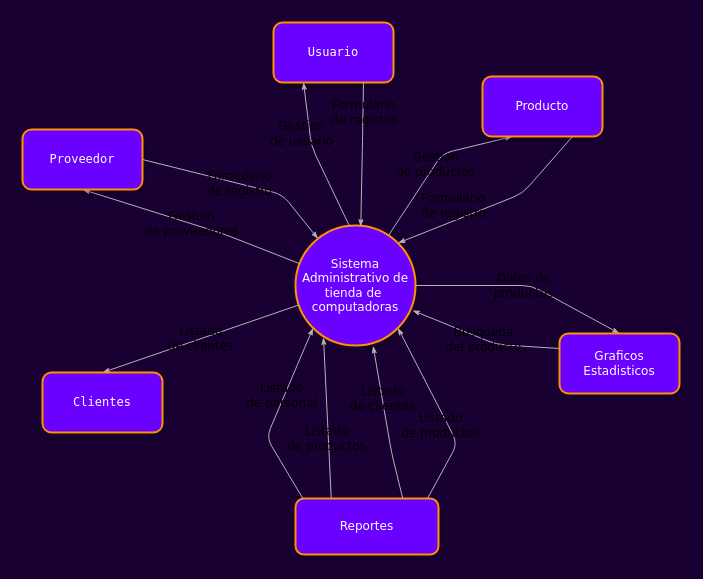
The draw.io diagram page "DIAGRAMA GENERAL" (1 of 6) of diagrama de procesos/Diagrama de procesos.drawio in DevMaik-Droid/SistemaVentas, before the edit. Source tidied: cells renumbered, new cells numbered last; positions are measured from the earlier drawing's top-left corner, leaving out a move shared by most shapes. Both pictures are drawn from the tidied source at 100%, with x=0, y=0 at pixel (22, 22).
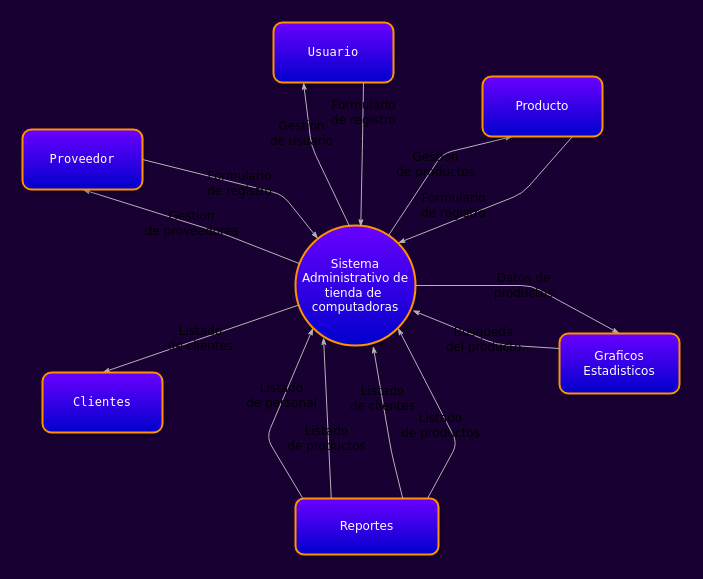
After the change.

The edit, as a diff of the source:
```diff
@@
-    <mxCell id="2" value="Sistema Administrativo de tienda de&amp;nbsp; computadoras" style="ellipse;whiteSpace=wrap;html=1;rounded=1;shadow=1;comic=0;labelBackgroundColor=none;strokeWidth=2;fontFamily=Verdana;fontSize=12;align=center;strokeColor=#FF9000;fillColor=#6a00ff;fontColor=#ffffff;" parent="1" vertex="1">
+    <mxCell id="2" value="Sistema Administrativo de tienda de&amp;nbsp; computadoras" style="ellipse;whiteSpace=wrap;html=1;rounded=1;shadow=1;comic=0;labelBackgroundColor=none;strokeWidth=2;fontFamily=Verdana;fontSize=12;align=center;strokeColor=#FF9000;fillColor=#6a00ff;fontColor=#ffffff;gradientColor=#0000CC;" parent="1" vertex="1">
       <mxGeometry x="273" y="203" width="120" height="120" as="geometry" />
     </mxCell>
@@
-    <mxCell id="6" value="Proveedor" style="rounded=1;whiteSpace=wrap;html=1;shadow=1;comic=0;labelBackgroundColor=none;strokeWidth=2;fontFamily=Lucida Console;fontSize=12;align=center;strokeColor=#FF9000;fillColor=#6a00ff;fontColor=#ffffff;" parent="1" vertex="1">
+    <mxCell id="6" value="Proveedor" style="rounded=1;whiteSpace=wrap;html=1;shadow=1;comic=0;labelBackgroundColor=none;strokeWidth=2;fontFamily=Lucida Console;fontSize=12;align=center;strokeColor=#FF9000;fillColor=#6a00ff;fontColor=#ffffff;gradientColor=#0000CC;" parent="1" vertex="1">
       <mxGeometry y="107" width="120" height="60" as="geometry" />
     </mxCell>
@@
-    <mxCell id="8" value="Producto" style="rounded=1;whiteSpace=wrap;html=1;shadow=1;comic=0;labelBackgroundColor=none;strokeWidth=2;fontFamily=Verdana;fontSize=12;align=center;fillColor=#6a00ff;strokeColor=#FF9000;fontColor=#ffffff;" parent="1" vertex="1">
+    <mxCell id="8" value="Producto" style="rounded=1;whiteSpace=wrap;html=1;shadow=1;comic=0;labelBackgroundColor=none;strokeWidth=2;fontFamily=Verdana;fontSize=12;align=center;fillColor=#6a00ff;strokeColor=#FF9000;fontColor=#ffffff;gradientColor=#0000CC;" parent="1" vertex="1">
       <mxGeometry x="460" y="54" width="120" height="60" as="geometry" />
     </mxCell>
-    <mxCell id="9" value="Clientes" style="rounded=1;whiteSpace=wrap;html=1;shadow=1;comic=0;labelBackgroundColor=none;strokeWidth=2;fontFamily=Lucida Console;fontSize=12;align=center;strokeColor=#FF9000;fillColor=#6a00ff;fontColor=#ffffff;" parent="1" vertex="1">
+    <mxCell id="9" value="Clientes" style="rounded=1;whiteSpace=wrap;html=1;shadow=1;comic=0;labelBackgroundColor=none;strokeWidth=2;fontFamily=Lucida Console;fontSize=12;align=center;strokeColor=#FF9000;fillColor=#6a00ff;fontColor=#ffffff;gradientColor=#0000CC;" parent="1" vertex="1">
       <mxGeometry x="20" y="350" width="120" height="60" as="geometry" />
     </mxCell>
-    <mxCell id="10" value="Reportes" style="rounded=1;whiteSpace=wrap;html=1;shadow=1;comic=0;labelBackgroundColor=none;strokeWidth=2;fontFamily=Verdana;fontSize=12;align=center;strokeColor=#FF9000;fillColor=#6a00ff;fontColor=#ffffff;" parent="1" vertex="1">
+    <mxCell id="10" value="Reportes" style="rounded=1;whiteSpace=wrap;html=1;shadow=1;comic=0;labelBackgroundColor=none;strokeWidth=2;fontFamily=Verdana;fontSize=12;align=center;strokeColor=#FF9000;fillColor=#6a00ff;fontColor=#ffffff;gradientColor=#0000CC;" parent="1" vertex="1">
       <mxGeometry x="273" y="476" width="143" height="56" as="geometry" />
     </mxCell>
-    <mxCell id="11" value="Graficos Estadisticos" style="rounded=1;whiteSpace=wrap;html=1;shadow=1;comic=0;labelBackgroundColor=none;strokeWidth=2;fontFamily=Verdana;fontSize=12;align=center;strokeColor=#FF9000;fillColor=#6a00ff;fontColor=#ffffff;" parent="1" vertex="1">
+    <mxCell id="11" value="Graficos Estadisticos" style="rounded=1;whiteSpace=wrap;html=1;shadow=1;comic=0;labelBackgroundColor=none;strokeWidth=2;fontFamily=Verdana;fontSize=12;align=center;strokeColor=#FF9000;fillColor=#6a00ff;fontColor=#ffffff;gradientColor=#0000CC;" parent="1" vertex="1">
       <mxGeometry x="537" y="311" width="120" height="60" as="geometry" />
     </mxCell>
@@
-    <mxCell id="19" value="Usuario" style="rounded=1;whiteSpace=wrap;html=1;shadow=1;comic=0;labelBackgroundColor=none;strokeWidth=2;fontFamily=Lucida Console;fontSize=12;align=center;strokeColor=#FF9000;fillColor=#6a00ff;fontColor=#ffffff;" parent="1" vertex="1">
+    <mxCell id="19" value="Usuario" style="rounded=1;whiteSpace=wrap;html=1;shadow=1;comic=0;labelBackgroundColor=none;strokeWidth=2;fontFamily=Lucida Console;fontSize=12;align=center;strokeColor=#FF9000;fillColor=#6a00ff;fontColor=#ffffff;gradientColor=#0000CC;" parent="1" vertex="1">
       <mxGeometry x="251" width="120" height="60" as="geometry" />
     </mxCell>
```
